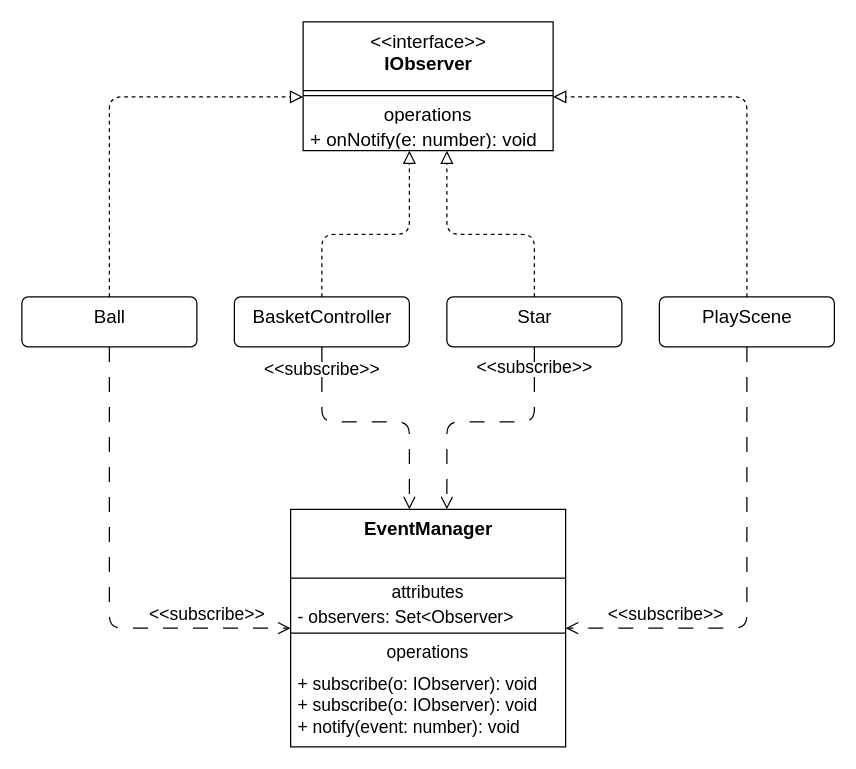
The draw.io diagram page "Event" (3 of 5) of design.drawio in khasang12/dunk-shot-phaser, before the edit. Source tidied: cells renumbered, new cells numbered last; positions are measured from the earlier drawing's top-left corner, leaving out a move shared by most shapes. Both pictures are drawn from the tidied source at 125%, with x=0, y=0 at pixel (21, 21).
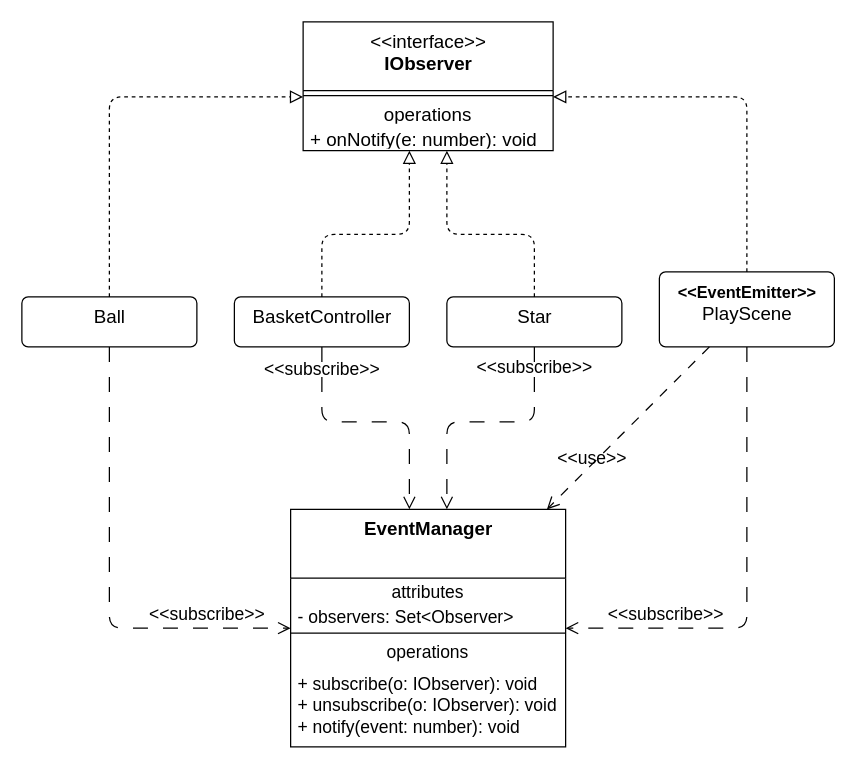
Above is the later version.

The change refers to these unchanged cells:
```xml
<mxCell id="2" value="&lt;b style=&quot;font-size: 15px;&quot;&gt;&lt;font style=&quot;font-size: 15px;&quot;&gt;EventManager&lt;/font&gt;&lt;/b&gt;" style="swimlane;fontStyle=0;align=center;verticalAlign=top;horizontal=1;startSize=55;html=1;fontSize=15;" parent="1" vertex="1">
  <mxGeometry x="215" y="390" width="220" height="190" as="geometry" />
</mxCell>
```

The edit, as a diff of the source:
```diff
@@
-    <mxCell id="7" value="+ subscribe(o: IObserver): void&lt;br style=&quot;font-size: 14px;&quot;&gt;+ subscribe(o: IObserver): void&lt;br style=&quot;font-size: 14px;&quot;&gt;+ notify(event: number): void" style="text;html=1;strokeColor=none;fillColor=none;align=left;verticalAlign=middle;spacingLeft=4;spacingRight=4;overflow=hidden;fontSize=14;" parent="2" vertex="1">
+    <mxCell id="7" value="+ subscribe(o: IObserver): void&lt;br style=&quot;font-size: 14px;&quot;&gt;+ unsubscribe(o: IObserver): void&lt;br style=&quot;font-size: 14px;&quot;&gt;+ notify(event: number): void" style="text;html=1;strokeColor=none;fillColor=none;align=left;verticalAlign=middle;spacingLeft=4;spacingRight=4;overflow=hidden;fontSize=14;" parent="2" vertex="1">
       <mxGeometry y="123" width="220" height="67" as="geometry" />
     </mxCell>
@@
-    <mxCell id="14" value="PlayScene" style="html=1;align=center;verticalAlign=top;rounded=1;absoluteArcSize=1;arcSize=10;dashed=0;fontSize=15;" parent="1" vertex="1">
-      <mxGeometry x="510" y="220" width="140" height="40" as="geometry" />
+    <mxCell id="14" value="&lt;b&gt;&lt;font style=&quot;font-size: 13px;&quot;&gt;&amp;lt;&amp;lt;EventEmitter&amp;gt;&amp;gt;&lt;/font&gt;&lt;/b&gt;&lt;br&gt;PlayScene" style="html=1;align=center;verticalAlign=top;rounded=1;absoluteArcSize=1;arcSize=10;dashed=0;fontSize=15;" parent="1" vertex="1">
+      <mxGeometry x="510" y="200" width="140" height="60" as="geometry" />
     </mxCell>
@@
+    <mxCell id="24" value="&amp;lt;&amp;lt;use&amp;gt;&amp;gt;" style="endArrow=open;startArrow=none;endFill=0;startFill=0;endSize=8;html=1;verticalAlign=bottom;labelBackgroundColor=none;fontSize=14;dashed=1;dashPattern=8 8;" parent="1" edge="1" source="14" target="2">
+      <mxGeometry x="0.5" y="3" relative="1" as="geometry">
+        <mxPoint x="1" as="offset" />
+      </mxGeometry>
+    </mxCell>
```
